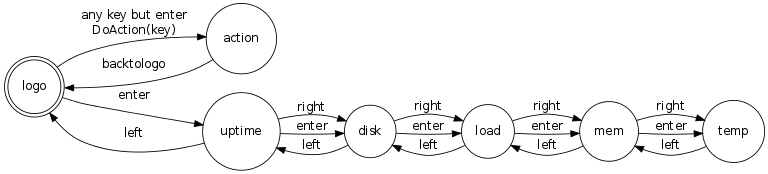
This is rpimonitorlcd.png from XavierBerger/RPi-Monitor-LCD, a Graphviz export, as it was before one commit. Its source is kept beside it as rpimonitorlcd.gv.
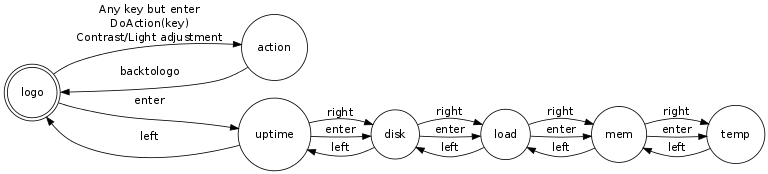
After the change.

Change to the diagram source:
```diff
@@ -4,7 +4,7 @@
   node [shape = doublecircle]; logo;
   node [shape = circle];
 
-        logo -> action [ label = "any key but enter\nDoAction(key)"]
+        logo -> action [ label = "Any key but enter\nDoAction(key)\nContrast/Light adjustment"]
         action -> logo [ label = "backtologo" ]
         logo -> uptime [ label = "enter"]
 
```
